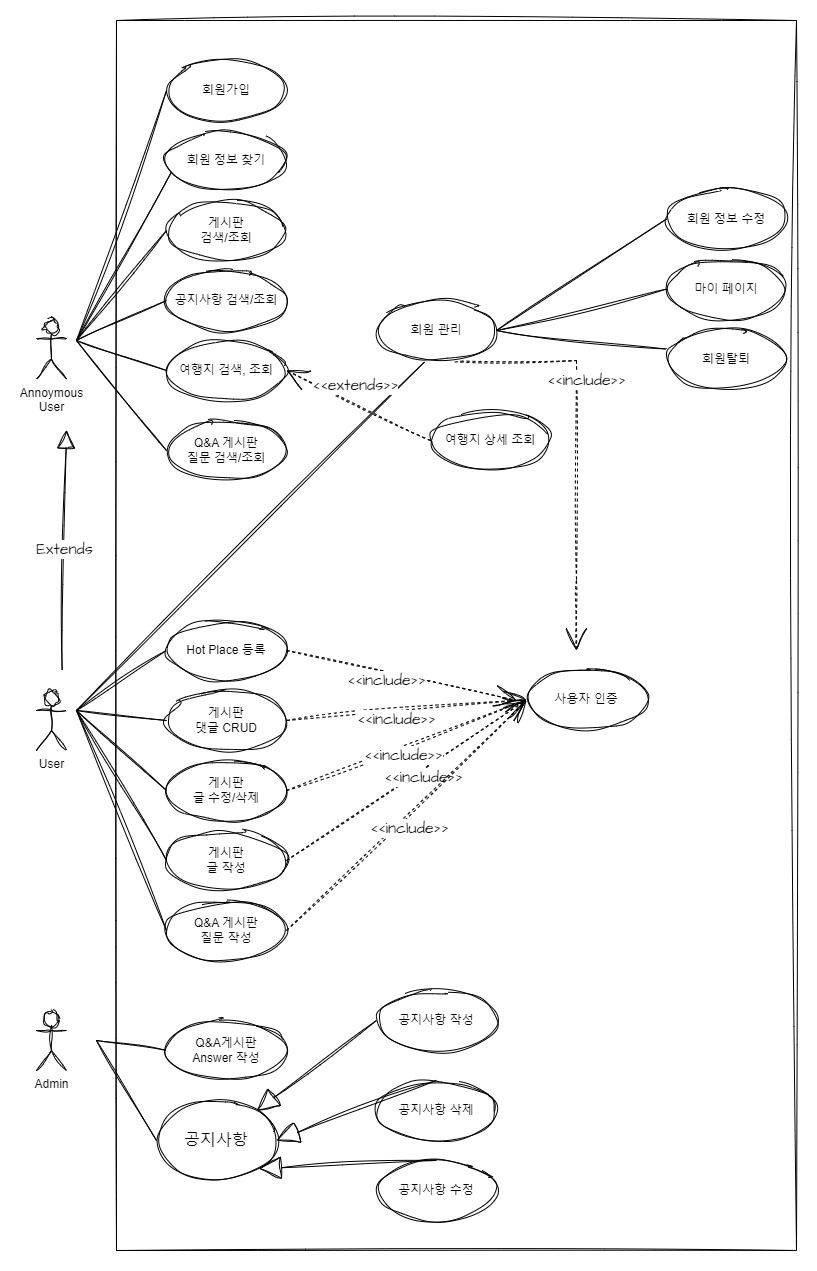
dkgusdkfk/Everywhere keeps this draw.io diagram as docs/user Usecase.png. Above is the earlier version. Source tidied: cells renumbered, new cells last; positions are measured from the earlier drawing's top-left corner, leaving out a move shared by most shapes.
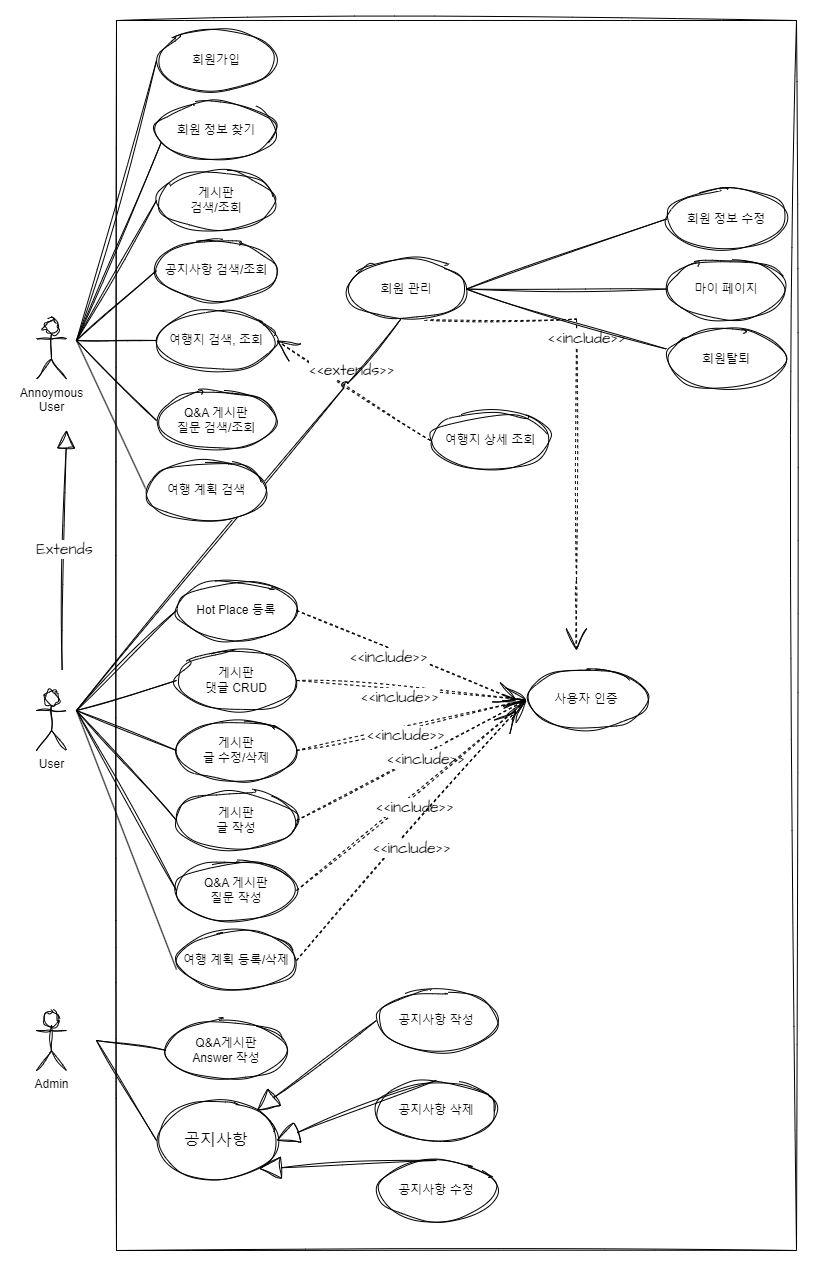
After the change.

What changed in the source:
```diff
@@ -8,25 +8,20 @@
     <mxCell id="3" value="User&lt;br&gt;" style="shape=umlActor;verticalLabelPosition=bottom;verticalAlign=top;html=1;labelBackgroundColor=none;rounded=0;sketch=1;curveFitting=1;jiggle=2;" parent="1" vertex="1">
       <mxGeometry y="670" width="30" height="60" as="geometry" />
     </mxCell>
-    <mxCell id="4" style="endArrow=none;html=1;rounded=0;sketch=1;hachureGap=4;jiggle=2;curveFitting=1;fontFamily=Architects Daughter;fontSource=https%3A%2F%2Ffonts.googleapis.com%2Fcss%3Ffamily%3DArchitects%2BDaughter;fontSize=16;entryX=0.4;entryY=1.024;entryDx=0;entryDy=0;entryPerimeter=0;jumpStyle=arc;" parent="1" edge="1" target="38">
-      <mxGeometry relative="1" as="geometry">
-        <mxPoint x="40" y="690" as="sourcePoint" />
-      </mxGeometry>
-    </mxCell>
     <mxCell id="5" value="Admin&lt;br&gt;" style="shape=umlActor;verticalLabelPosition=bottom;verticalAlign=top;html=1;labelBackgroundColor=none;rounded=0;sketch=1;curveFitting=1;jiggle=2;" parent="1" vertex="1">
       <mxGeometry y="990" width="30" height="60" as="geometry" />
     </mxCell>
     <mxCell id="6" value="회원가입" style="ellipse;whiteSpace=wrap;html=1;rounded=0;labelBackgroundColor=none;sketch=1;jiggle=2;curveFitting=1;strokeColor=default;fontFamily=Helvetica;fontSize=12;fontColor=default;fillColor=default;" parent="1" vertex="1">
-      <mxGeometry x="130" y="40" width="120" height="60" as="geometry" />
+      <mxGeometry x="120" y="10" width="120" height="60" as="geometry" />
     </mxCell>
     <mxCell id="7" value="회원 정보 찾기" style="ellipse;whiteSpace=wrap;html=1;rounded=0;labelBackgroundColor=none;sketch=1;jiggle=2;curveFitting=1;strokeColor=default;fontFamily=Helvetica;fontSize=12;fontColor=default;fillColor=default;" parent="1" vertex="1">
-      <mxGeometry x="130" y="110" width="120" height="60" as="geometry" />
+      <mxGeometry x="120" y="80" width="120" height="60" as="geometry" />
     </mxCell>
     <mxCell id="8" value="사용자 인증" style="ellipse;whiteSpace=wrap;html=1;rounded=0;labelBackgroundColor=none;sketch=1;jiggle=2;curveFitting=1;strokeColor=default;fontFamily=Helvetica;fontSize=12;fontColor=default;fillColor=default;" parent="1" vertex="1">
       <mxGeometry x="490" y="649.4" width="120" height="60" as="geometry" />
     </mxCell>
     <mxCell id="9" value="공지사항 검색/조회" style="ellipse;whiteSpace=wrap;html=1;rounded=0;labelBackgroundColor=none;sketch=1;jiggle=2;curveFitting=1;strokeColor=default;fontFamily=Helvetica;fontSize=12;fontColor=default;fillColor=default;" parent="1" vertex="1">
-      <mxGeometry x="130" y="250" width="120" height="60" as="geometry" />
+      <mxGeometry x="120" y="220" width="120" height="60" as="geometry" />
     </mxCell>
     <mxCell id="10" value="마이 페이지" style="ellipse;whiteSpace=wrap;html=1;rounded=0;labelBackgroundColor=none;sketch=1;jiggle=2;curveFitting=1;strokeColor=default;fontFamily=Helvetica;fontSize=12;fontColor=default;fillColor=default;" parent="1" vertex="1">
       <mxGeometry x="630" y="238.6" width="120" height="60" as="geometry" />
@@ -74,19 +69,19 @@
       </mxGeometry>
     </mxCell>
     <mxCell id="21" value="Q&amp;amp;A 게시판&lt;br&gt;질문 작성" style="ellipse;whiteSpace=wrap;html=1;rounded=0;labelBackgroundColor=none;sketch=1;jiggle=2;curveFitting=1;strokeColor=default;fontFamily=Helvetica;fontSize=12;fontColor=default;fillColor=default;" parent="1" vertex="1">
-      <mxGeometry x="130" y="880" width="120" height="60" as="geometry" />
+      <mxGeometry x="140" y="840" width="120" height="60" as="geometry" />
     </mxCell>
     <mxCell id="22" value="게시판&lt;br&gt;검색/조회" style="ellipse;whiteSpace=wrap;html=1;rounded=0;labelBackgroundColor=none;sketch=1;jiggle=2;curveFitting=1;strokeColor=default;fontFamily=Helvetica;fontSize=12;fontColor=default;fillColor=default;" parent="1" vertex="1">
-      <mxGeometry x="130" y="180" width="120" height="60" as="geometry" />
+      <mxGeometry x="120" y="150" width="120" height="60" as="geometry" />
     </mxCell>
     <mxCell id="23" value="게시판&lt;br&gt;글 작성" style="ellipse;whiteSpace=wrap;html=1;rounded=0;labelBackgroundColor=none;sketch=1;jiggle=2;curveFitting=1;strokeColor=default;fontFamily=Helvetica;fontSize=12;fontColor=default;fillColor=default;" parent="1" vertex="1">
-      <mxGeometry x="130" y="810" width="120" height="60" as="geometry" />
+      <mxGeometry x="140" y="770" width="120" height="60" as="geometry" />
     </mxCell>
     <mxCell id="24" value="게시판&lt;br&gt;글 수정/삭제" style="ellipse;whiteSpace=wrap;html=1;rounded=0;labelBackgroundColor=none;sketch=1;jiggle=2;curveFitting=1;strokeColor=default;fontFamily=Helvetica;fontSize=12;fontColor=default;fillColor=default;" parent="1" vertex="1">
-      <mxGeometry x="130" y="740" width="120" height="60" as="geometry" />
+      <mxGeometry x="140" y="700" width="120" height="60" as="geometry" />
     </mxCell>
     <mxCell id="25" value="게시판&lt;br&gt;댓글 CRUD" style="ellipse;whiteSpace=wrap;html=1;rounded=0;labelBackgroundColor=none;sketch=1;jiggle=2;curveFitting=1;strokeColor=default;fontFamily=Helvetica;fontSize=12;fontColor=default;fillColor=default;" parent="1" vertex="1">
-      <mxGeometry x="130" y="670" width="120" height="60" as="geometry" />
+      <mxGeometry x="140" y="630" width="120" height="60" as="geometry" />
     </mxCell>
     <mxCell id="26" value="Q&amp;amp;A게시판&lt;br&gt;Answer 작성" style="ellipse;whiteSpace=wrap;html=1;rounded=0;labelBackgroundColor=none;sketch=1;jiggle=2;curveFitting=1;strokeColor=default;fontFamily=Helvetica;fontSize=12;fontColor=default;fillColor=default;" parent="1" vertex="1">
       <mxGeometry x="130" y="1000" width="120" height="60" as="geometry" />
@@ -97,7 +92,7 @@
       </mxGeometry>
     </mxCell>
     <mxCell id="28" value="Q&amp;amp;A 게시판&lt;br&gt;질문 검색/조회" style="ellipse;whiteSpace=wrap;html=1;rounded=0;labelBackgroundColor=none;sketch=1;jiggle=2;curveFitting=1;strokeColor=default;fontFamily=Helvetica;fontSize=12;fontColor=default;fillColor=default;" parent="1" vertex="1">
-      <mxGeometry x="130" y="400" width="120" height="60" as="geometry" />
+      <mxGeometry x="120" y="370" width="120" height="60" as="geometry" />
     </mxCell>
     <mxCell id="29" style="edgeStyle=orthogonalEdgeStyle;rounded=0;sketch=1;hachureGap=4;jiggle=2;curveFitting=1;orthogonalLoop=1;jettySize=auto;html=1;exitX=0.5;exitY=1;exitDx=0;exitDy=0;fontFamily=Architects Daughter;fontSource=https%3A%2F%2Ffonts.googleapis.com%2Fcss%3Ffamily%3DArchitects%2BDaughter;fontSize=16;" parent="1" edge="1">
       <mxGeometry relative="1" as="geometry">
@@ -106,7 +101,7 @@
       </mxGeometry>
     </mxCell>
     <mxCell id="30" value="여행지 검색, 조회" style="ellipse;whiteSpace=wrap;html=1;rounded=0;labelBackgroundColor=none;sketch=1;jiggle=2;curveFitting=1;strokeColor=default;fontFamily=Helvetica;fontSize=12;fontColor=default;fillColor=default;" parent="1" vertex="1">
-      <mxGeometry x="130" y="320" width="120" height="60" as="geometry" />
+      <mxGeometry x="120" y="290" width="120" height="60" as="geometry" />
     </mxCell>
     <mxCell id="31" value="공지사항" style="ellipse;whiteSpace=wrap;html=1;sketch=1;hachureGap=4;jiggle=2;curveFitting=1;fontFamily=Architects Daughter;fontSource=https%3A%2F%2Ffonts.googleapis.com%2Fcss%3Ffamily%3DArchitects%2BDaughter;fontSize=16;" parent="1" vertex="1">
       <mxGeometry x="120" y="1080" width="120" height="80" as="geometry" />
@@ -121,7 +116,7 @@
       <mxGeometry relative="1" as="geometry" />
     </mxCell>
     <mxCell id="35" value="Hot Place 등록" style="ellipse;whiteSpace=wrap;html=1;rounded=0;labelBackgroundColor=none;sketch=1;jiggle=2;curveFitting=1;strokeColor=default;fontFamily=Helvetica;fontSize=12;fontColor=default;fillColor=default;" parent="1" vertex="1">
-      <mxGeometry x="130" y="600" width="120" height="60" as="geometry" />
+      <mxGeometry x="140" y="560" width="120" height="60" as="geometry" />
     </mxCell>
     <mxCell id="36" style="endArrow=none;html=1;rounded=0;sketch=1;hachureGap=4;jiggle=2;curveFitting=1;fontFamily=Architects Daughter;fontSource=https%3A%2F%2Ffonts.googleapis.com%2Fcss%3Ffamily%3DArchitects%2BDaughter;fontSize=16;entryX=0;entryY=0.5;entryDx=0;entryDy=0;" parent="1" edge="1" target="6">
       <mxGeometry relative="1" as="geometry">
@@ -134,7 +129,7 @@
       </mxGeometry>
     </mxCell>
     <mxCell id="38" value="회원 관리" style="ellipse;whiteSpace=wrap;html=1;rounded=0;labelBackgroundColor=none;sketch=1;jiggle=2;curveFitting=1;strokeColor=default;fontFamily=Helvetica;fontSize=12;fontColor=default;fillColor=default;" parent="1" vertex="1">
-      <mxGeometry x="340" y="280" width="120" height="60" as="geometry" />
+      <mxGeometry x="310" y="238.6" width="120" height="60" as="geometry" />
     </mxCell>
     <mxCell id="39" style="endArrow=none;html=1;rounded=0;sketch=1;hachureGap=4;jiggle=2;curveFitting=1;fontFamily=Architects Daughter;fontSource=https%3A%2F%2Ffonts.googleapis.com%2Fcss%3Ffamily%3DArchitects%2BDaughter;fontSize=16;entryX=0;entryY=0.5;entryDx=0;entryDy=0;exitX=1;exitY=0.5;exitDx=0;exitDy=0;" parent="1" edge="1" source="38" target="10">
       <mxGeometry relative="1" as="geometry" />
@@ -225,5 +220,31 @@
         <mxPoint x="60" y="1020" as="sourcePoint" />
       </mxGeometry>
     </mxCell>
+    <mxCell id="60" style="endArrow=none;html=1;rounded=0;exitX=0;exitY=0.5;exitDx=0;exitDy=0;" parent="1" edge="1" source="62">
+      <mxGeometry relative="1" as="geometry">
+        <mxPoint x="40" y="320" as="targetPoint" />
+      </mxGeometry>
+    </mxCell>
+    <mxCell id="61" style="endArrow=none;html=1;rounded=0;sketch=1;hachureGap=4;jiggle=2;curveFitting=1;fontFamily=Architects Daughter;fontSource=https%3A%2F%2Ffonts.googleapis.com%2Fcss%3Ffamily%3DArchitects%2BDaughter;fontSize=16;entryX=0.45;entryY=1.007;entryDx=0;entryDy=0;entryPerimeter=0;jumpStyle=arc;" parent="1" edge="1" target="38">
+      <mxGeometry relative="1" as="geometry">
+        <mxPoint x="40" y="690" as="sourcePoint" />
+      </mxGeometry>
+    </mxCell>
+    <mxCell id="62" value="여행 계획 검색" style="ellipse;whiteSpace=wrap;html=1;rounded=0;labelBackgroundColor=none;sketch=1;jiggle=2;curveFitting=1;strokeColor=default;fontFamily=Helvetica;fontSize=12;fontColor=default;fillColor=default;" parent="1" vertex="1">
+      <mxGeometry x="110" y="440" width="120" height="60" as="geometry" />
+    </mxCell>
+    <mxCell id="63" value="여행 계획 등록/삭제" style="ellipse;whiteSpace=wrap;html=1;rounded=0;labelBackgroundColor=none;sketch=1;jiggle=2;curveFitting=1;strokeColor=default;fontFamily=Helvetica;fontSize=12;fontColor=default;fillColor=default;" parent="1" vertex="1">
+      <mxGeometry x="140" y="910" width="120" height="60" as="geometry" />
+    </mxCell>
+    <mxCell id="64" style="endArrow=none;html=1;rounded=0;exitX=0;exitY=0.65;exitDx=0;exitDy=0;exitPerimeter=0;" parent="1" edge="1" source="63">
+      <mxGeometry relative="1" as="geometry">
+        <mxPoint x="40" y="690" as="targetPoint" />
+      </mxGeometry>
+    </mxCell>
+    <mxCell id="65" value="&amp;lt;&amp;lt;include&amp;gt;&amp;gt;" style="html=1;verticalAlign=bottom;endArrow=open;elbow=vertical;rounded=0;sketch=1;hachureGap=4;jiggle=2;curveFitting=1;fontFamily=Architects Daughter;fontSource=https%3A%2F%2Ffonts.googleapis.com%2Fcss%3Ffamily%3DArchitects%2BDaughter;fontSize=16;endFill=0;dashed=1;exitX=1;exitY=0.5;exitDx=0;exitDy=0;endSize=20;" parent="1" edge="1" source="63">
+      <mxGeometry x="-0.09" y="-20" relative="1" as="geometry">
+        <mxPoint x="480" y="690" as="targetPoint" />
+      </mxGeometry>
+    </mxCell>
   </root>
 </mxGraphModel>
```
